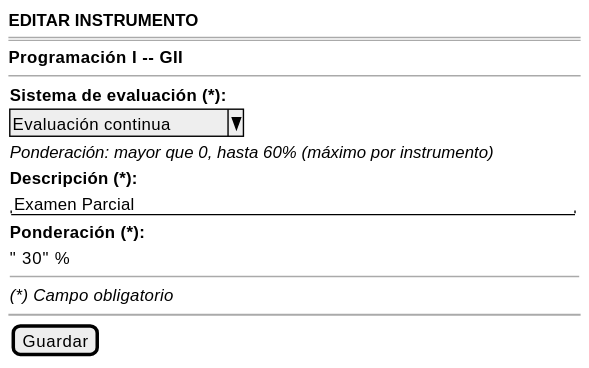
Earlier version of the PlantUML export images/RUP/01-requisitos/03-detalle-casos-uso/editarPonderacionEvaluacion/wireframe-formulario.svg (mmasias/pyCeldaPublico).
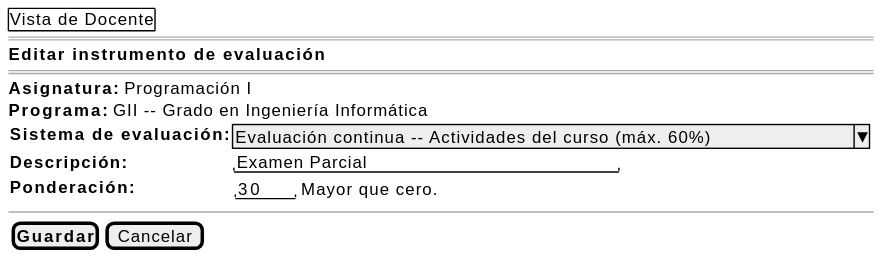
Later version of the same file.

Diff of the diagram source:
```diff
@@ -1,21 +1,17 @@
 @startsalt editarPonderacionEvaluacion-wireframe-formulario
 {
-    <b>EDITAR INSTRUMENTO</b>
+    {+ Vista de Docente }
     ====
-    <b>Programación I -- GII</b>
+    <b>Editar instrumento de evaluación</b>
+    ====
+    <b>Asignatura:</b> Programación I
+    <b>Programa:</b> GII -- Grado en Ingeniería Informática
+    {
+        <b>Sistema de evaluación:</b> | ^Evaluación continua -- Actividades del curso (máx. 60%)^
+        <b>Descripción:</b> | "Examen Parcial                    "
+        <b>Ponderación:</b> | {"30   " | Mayor que cero.}
+    }
     --
-    {
-        <b>Sistema de evaluación (*):</b>
-        ^Evaluación continua^
-        <i>Ponderación: mayor que 0, hasta 60% (máximo por instrumento)</i>
-        <b>Descripción (*):</b>
-        "Examen Parcial                                    "
-        <b>Ponderación (*):</b>
-        "  30" %
-        --
-        <i>(*) Campo obligatorio</i>
-    }
-    ~~
-    {[Guardar]}
+    {[<b>Guardar</b>] | [Cancelar]}
 }
 @endsalt
```
